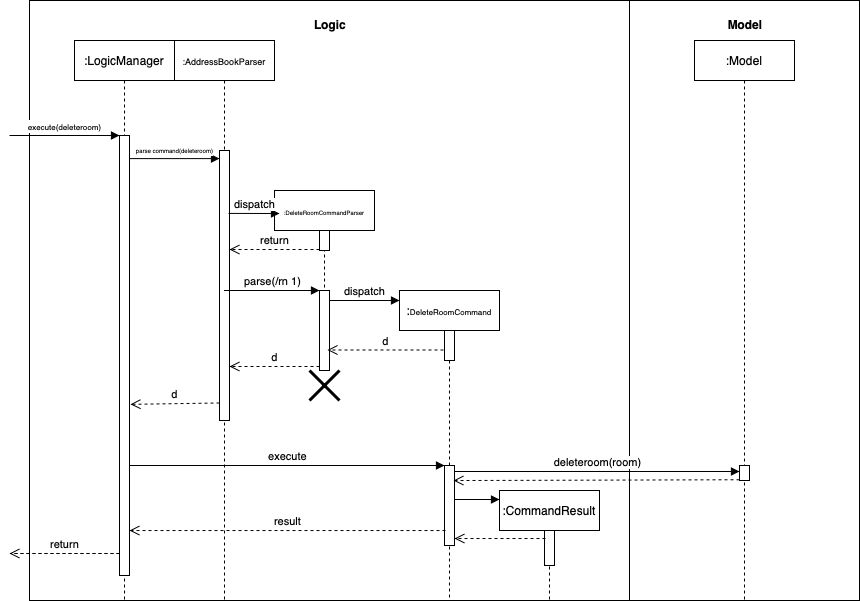
tanphatls987/main keeps this draw.io diagram as docs/images/LogicSequenceDiagram.png. Above is the earlier version. Source tidied: cells renumbered, new cells last; positions are measured from the earlier drawing's top-left corner, leaving out a move shared by most shapes. Source of this version:
```xml
<mxGraphModel>
  <root>
    <mxCell id="0" />
    <mxCell id="1" parent="0" />
    <mxCell id="2" value="&lt;p style=&quot;margin: 0px ; margin-top: 4px ; text-align: center&quot;&gt;&lt;br&gt;&lt;b&gt;Logic&lt;/b&gt;&lt;/p&gt;" style="verticalAlign=top;align=left;overflow=fill;fontSize=12;fontFamily=Helvetica;html=1;" parent="1" vertex="1">
      <mxGeometry x="20" width="600" height="600" as="geometry" />
    </mxCell>
    <mxCell id="3" value="&lt;p style=&quot;margin: 0px ; margin-top: 4px ; text-align: center&quot;&gt;&lt;br&gt;&lt;b&gt;Model&lt;/b&gt;&lt;/p&gt;" style="verticalAlign=top;align=left;overflow=fill;fontSize=12;fontFamily=Helvetica;html=1;" parent="1" vertex="1">
      <mxGeometry x="620" width="230" height="600" as="geometry" />
    </mxCell>
    <mxCell id="4" value="&lt;font style=&quot;font-size: 8px&quot;&gt;execute(deleteroom)&lt;/font&gt;" style="html=1;verticalAlign=bottom;endArrow=block;entryX=0;entryY=0;" parent="1" edge="1" target="32">
      <mxGeometry relative="1" as="geometry">
        <mxPoint y="135" as="sourcePoint" />
      </mxGeometry>
    </mxCell>
    <mxCell id="5" value="return" style="html=1;verticalAlign=bottom;endArrow=open;dashed=1;endSize=8;exitX=0;exitY=0.95;" parent="1" edge="1" source="32">
      <mxGeometry relative="1" as="geometry">
        <mxPoint y="553" as="targetPoint" />
      </mxGeometry>
    </mxCell>
    <mxCell id="6" value="&lt;font style=&quot;font-size: 9px&quot;&gt;:AddressBookParser&lt;/font&gt;" style="shape=umlLifeline;perimeter=lifelinePerimeter;whiteSpace=wrap;html=1;outlineConnect=0;" parent="1" vertex="1">
      <mxGeometry x="165" y="40" width="100" height="560" as="geometry" />
    </mxCell>
    <mxCell id="7" style="html=1;points=[];perimeter=orthogonalPerimeter;" parent="6" vertex="1">
      <mxGeometry x="45" y="110" width="10" height="270" as="geometry" />
    </mxCell>
    <mxCell id="8" value="&lt;font style=&quot;font-size: 6px&quot;&gt;:DeleteRoomCommandParser&lt;/font&gt;" style="shape=umlLifeline;perimeter=lifelinePerimeter;whiteSpace=wrap;html=1;" parent="1" vertex="1">
      <mxGeometry x="265" y="190" width="100" height="180" as="geometry" />
    </mxCell>
    <mxCell id="9" style="html=1;points=[];perimeter=orthogonalPerimeter;" parent="8" vertex="1">
      <mxGeometry x="45" y="40" width="10" height="20" as="geometry" />
    </mxCell>
    <mxCell id="10" style="html=1;points=[];perimeter=orthogonalPerimeter;" parent="8" vertex="1">
      <mxGeometry x="45" y="100" width="10" height="80" as="geometry" />
    </mxCell>
    <mxCell id="11" style="shape=umlDestroy;whiteSpace=wrap;html=1;strokeWidth=3;" parent="8" vertex="1">
      <mxGeometry x="35" y="180" width="30" height="30" as="geometry" />
    </mxCell>
    <mxCell id="12" value=":&lt;font style=&quot;font-size: 8px&quot;&gt;DeleteRoomCommand&lt;/font&gt;" style="shape=umlLifeline;perimeter=lifelinePerimeter;whiteSpace=wrap;html=1;" parent="1" vertex="1">
      <mxGeometry x="390" y="290" width="100" height="310" as="geometry" />
    </mxCell>
    <mxCell id="13" style="html=1;perimeter=orthogonalPerimeter;" parent="12" vertex="1">
      <mxGeometry x="45" y="40" width="10" height="30" as="geometry" />
    </mxCell>
    <mxCell id="14" style="html=1;points=[];perimeter=orthogonalPerimeter;" parent="12" vertex="1">
      <mxGeometry x="45" y="175" width="10" height="80" as="geometry" />
    </mxCell>
    <mxCell id="15" value=":CommandResult" style="shape=umlLifeline;perimeter=lifelinePerimeter;whiteSpace=wrap;html=1;" parent="1" vertex="1">
      <mxGeometry x="490" y="490" width="100" height="110" as="geometry" />
    </mxCell>
    <mxCell id="16" style="html=1;points=[];perimeter=orthogonalPerimeter;" parent="15" vertex="1">
      <mxGeometry x="45" y="40" width="10" height="35" as="geometry" />
    </mxCell>
    <mxCell id="17" value=":Model" style="shape=umlLifeline;perimeter=lifelinePerimeter;whiteSpace=wrap;html=1;" parent="1" vertex="1">
      <mxGeometry x="685" y="40" width="100" height="560" as="geometry" />
    </mxCell>
    <mxCell id="18" style="html=1;points=[];perimeter=orthogonalPerimeter;" parent="17" vertex="1">
      <mxGeometry x="45" y="425" width="10" height="15" as="geometry" />
    </mxCell>
    <mxCell id="19" value="d" style="html=1;verticalAlign=bottom;endArrow=open;dashed=1;endSize=8;exitX=0;exitY=0.95;entryX=1.1;entryY=0.611;entryDx=0;entryDy=0;entryPerimeter=0;" parent="1" edge="1" target="32">
      <mxGeometry relative="1" as="geometry">
        <mxPoint x="210" y="402.5" as="sourcePoint" />
      </mxGeometry>
    </mxCell>
    <mxCell id="20" value="&lt;font style=&quot;font-size: 6px&quot;&gt;parse command(deleteroom)&lt;/font&gt;" style="html=1;verticalAlign=bottom;endArrow=block;entryX=0;entryY=0.03;entryDx=0;entryDy=0;entryPerimeter=0;" parent="1" edge="1" source="32" target="7">
      <mxGeometry relative="1" as="geometry" />
    </mxCell>
    <mxCell id="21" value="dispatch" style="html=1;verticalAlign=bottom;endArrow=block;exitX=0.9;exitY=0.233;exitDx=0;exitDy=0;exitPerimeter=0;" parent="1" edge="1" source="7">
      <mxGeometry relative="1" as="geometry">
        <mxPoint x="270" y="213" as="targetPoint" />
      </mxGeometry>
    </mxCell>
    <mxCell id="22" value="return" style="html=1;verticalAlign=bottom;endArrow=open;dashed=1;endSize=8;exitX=0;exitY=0.95;" parent="1" edge="1" source="9" target="7">
      <mxGeometry relative="1" as="geometry" />
    </mxCell>
    <mxCell id="23" value="parse(/rn 1)" style="html=1;verticalAlign=bottom;endArrow=block;entryX=0;entryY=0;" parent="1" edge="1" source="6" target="10">
      <mxGeometry relative="1" as="geometry" />
    </mxCell>
    <mxCell id="24" value="d" style="html=1;verticalAlign=bottom;endArrow=open;dashed=1;endSize=8;exitX=0;exitY=0.95;" parent="1" edge="1" source="10" target="7">
      <mxGeometry relative="1" as="geometry" />
    </mxCell>
    <mxCell id="25" value="dispatch" style="html=1;verticalAlign=bottom;endArrow=block;" parent="1" edge="1">
      <mxGeometry relative="1" as="geometry">
        <mxPoint x="320" y="300" as="sourcePoint" />
        <mxPoint x="390" y="300" as="targetPoint" />
      </mxGeometry>
    </mxCell>
    <mxCell id="26" value="d" style="html=1;verticalAlign=bottom;endArrow=open;dashed=1;endSize=8;" parent="1" edge="1">
      <mxGeometry relative="1" as="geometry">
        <mxPoint x="434" y="349.5" as="sourcePoint" />
        <mxPoint x="318" y="349.5" as="targetPoint" />
      </mxGeometry>
    </mxCell>
    <mxCell id="27" value="execute" style="html=1;verticalAlign=bottom;endArrow=block;entryX=0;entryY=0;" parent="1" edge="1" source="32" target="14">
      <mxGeometry relative="1" as="geometry" />
    </mxCell>
    <mxCell id="28" value="result" style="html=1;verticalAlign=bottom;endArrow=open;dashed=1;endSize=8;exitX=0.1;exitY=0.813;exitDx=0;exitDy=0;exitPerimeter=0;" parent="1" edge="1" source="14" target="32">
      <mxGeometry relative="1" as="geometry" />
    </mxCell>
    <mxCell id="29" style="html=1;verticalAlign=bottom;endArrow=block;exitX=1;exitY=0.425;exitDx=0;exitDy=0;exitPerimeter=0;" parent="1" edge="1" source="14">
      <mxGeometry relative="1" as="geometry">
        <mxPoint x="490" y="499" as="targetPoint" />
      </mxGeometry>
    </mxCell>
    <mxCell id="30" style="html=1;verticalAlign=bottom;endArrow=open;dashed=1;endSize=8;exitX=0.1;exitY=0.229;exitDx=0;exitDy=0;exitPerimeter=0;" parent="1" edge="1" source="16" target="14">
      <mxGeometry relative="1" as="geometry" />
    </mxCell>
    <mxCell id="31" value=":LogicManager" style="shape=umlLifeline;perimeter=lifelinePerimeter;whiteSpace=wrap;html=1;" parent="1" vertex="1">
      <mxGeometry x="65" y="40" width="100" height="560" as="geometry" />
    </mxCell>
    <mxCell id="32" style="html=1;points=[];perimeter=orthogonalPerimeter;" parent="31" vertex="1">
      <mxGeometry x="45" y="95" width="10" height="440" as="geometry" />
    </mxCell>
    <mxCell id="33" value="deleteroom(room)" style="html=1;verticalAlign=bottom;endArrow=block;entryX=0;entryY=0;exitX=1;exitY=0.075;exitDx=0;exitDy=0;exitPerimeter=0;" parent="1" edge="1" source="14" target="18">
      <mxGeometry relative="1" as="geometry" />
    </mxCell>
    <mxCell id="34" style="html=1;verticalAlign=bottom;endArrow=open;dashed=1;endSize=8;exitX=0;exitY=0.95;entryX=0.9;entryY=0.188;entryDx=0;entryDy=0;entryPerimeter=0;" parent="1" edge="1" source="18" target="14">
      <mxGeometry relative="1" as="geometry" />
    </mxCell>
  </root>
</mxGraphModel>
```
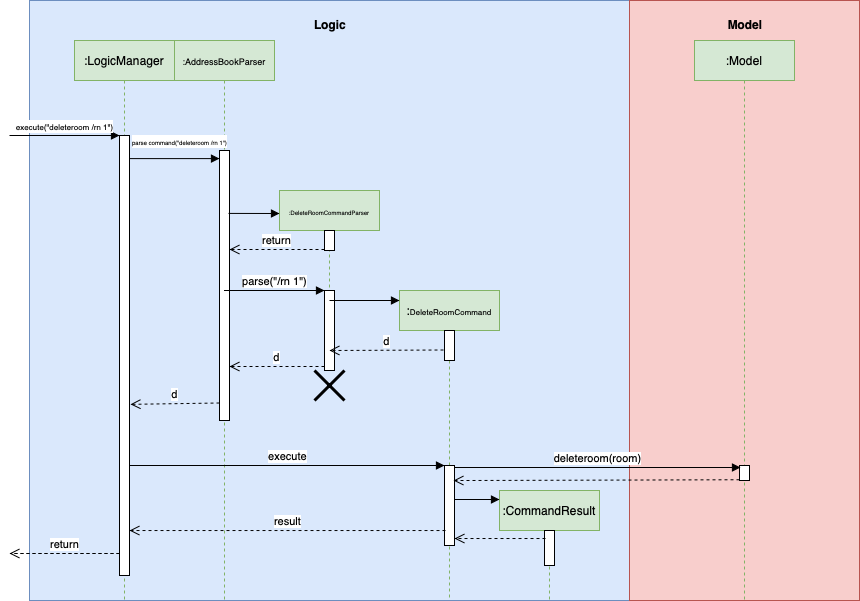
Above is the later version.

What changed in the source:
```diff
@@ -2,13 +2,13 @@
   <root>
     <mxCell id="0" />
     <mxCell id="1" parent="0" />
-    <mxCell id="2" value="&lt;p style=&quot;margin: 0px ; margin-top: 4px ; text-align: center&quot;&gt;&lt;br&gt;&lt;b&gt;Logic&lt;/b&gt;&lt;/p&gt;" style="verticalAlign=top;align=left;overflow=fill;fontSize=12;fontFamily=Helvetica;html=1;" parent="1" vertex="1">
+    <mxCell id="2" value="&lt;p style=&quot;margin: 0px ; margin-top: 4px ; text-align: center&quot;&gt;&lt;br&gt;&lt;b&gt;Logic&lt;/b&gt;&lt;/p&gt;" style="verticalAlign=top;align=left;overflow=fill;fontSize=12;fontFamily=Helvetica;html=1;fillColor=#dae8fc;strokeColor=#6c8ebf;" parent="1" vertex="1">
       <mxGeometry x="20" width="600" height="600" as="geometry" />
     </mxCell>
-    <mxCell id="3" value="&lt;p style=&quot;margin: 0px ; margin-top: 4px ; text-align: center&quot;&gt;&lt;br&gt;&lt;b&gt;Model&lt;/b&gt;&lt;/p&gt;" style="verticalAlign=top;align=left;overflow=fill;fontSize=12;fontFamily=Helvetica;html=1;" parent="1" vertex="1">
+    <mxCell id="3" value="&lt;p style=&quot;margin: 0px ; margin-top: 4px ; text-align: center&quot;&gt;&lt;br&gt;&lt;b&gt;Model&lt;/b&gt;&lt;/p&gt;" style="verticalAlign=top;align=left;overflow=fill;fontSize=12;fontFamily=Helvetica;html=1;fillColor=#f8cecc;strokeColor=#b85450;" parent="1" vertex="1">
       <mxGeometry x="620" width="230" height="600" as="geometry" />
     </mxCell>
-    <mxCell id="4" value="&lt;font style=&quot;font-size: 8px&quot;&gt;execute(deleteroom)&lt;/font&gt;" style="html=1;verticalAlign=bottom;endArrow=block;entryX=0;entryY=0;" parent="1" edge="1" target="32">
+    <mxCell id="4" value="&lt;font style=&quot;font-size: 8px&quot;&gt;execute(&quot;deleteroom /rn 1&quot;)&lt;/font&gt;" style="html=1;verticalAlign=bottom;endArrow=block;entryX=0;entryY=0;" parent="1" edge="1" target="32">
       <mxGeometry relative="1" as="geometry">
         <mxPoint y="135" as="sourcePoint" />
       </mxGeometry>
@@ -18,14 +18,14 @@
         <mxPoint y="553" as="targetPoint" />
       </mxGeometry>
     </mxCell>
-    <mxCell id="6" value="&lt;font style=&quot;font-size: 9px&quot;&gt;:AddressBookParser&lt;/font&gt;" style="shape=umlLifeline;perimeter=lifelinePerimeter;whiteSpace=wrap;html=1;outlineConnect=0;" parent="1" vertex="1">
+    <mxCell id="6" value="&lt;font style=&quot;font-size: 9px&quot;&gt;:AddressBookParser&lt;/font&gt;" style="shape=umlLifeline;perimeter=lifelinePerimeter;whiteSpace=wrap;html=1;outlineConnect=0;fillColor=#d5e8d4;strokeColor=#82b366;" parent="1" vertex="1">
       <mxGeometry x="165" y="40" width="100" height="560" as="geometry" />
     </mxCell>
     <mxCell id="7" style="html=1;points=[];perimeter=orthogonalPerimeter;" parent="6" vertex="1">
       <mxGeometry x="45" y="110" width="10" height="270" as="geometry" />
     </mxCell>
-    <mxCell id="8" value="&lt;font style=&quot;font-size: 6px&quot;&gt;:DeleteRoomCommandParser&lt;/font&gt;" style="shape=umlLifeline;perimeter=lifelinePerimeter;whiteSpace=wrap;html=1;" parent="1" vertex="1">
-      <mxGeometry x="265" y="190" width="100" height="180" as="geometry" />
+    <mxCell id="8" value="&lt;font style=&quot;font-size: 6px&quot;&gt;:DeleteRoomCommandParser&lt;/font&gt;" style="shape=umlLifeline;perimeter=lifelinePerimeter;whiteSpace=wrap;html=1;fillColor=#d5e8d4;strokeColor=#82b366;" parent="1" vertex="1">
+      <mxGeometry x="270" y="190" width="100" height="180" as="geometry" />
     </mxCell>
     <mxCell id="9" style="html=1;points=[];perimeter=orthogonalPerimeter;" parent="8" vertex="1">
       <mxGeometry x="45" y="40" width="10" height="20" as="geometry" />
@@ -36,7 +36,7 @@
     <mxCell id="11" style="shape=umlDestroy;whiteSpace=wrap;html=1;strokeWidth=3;" parent="8" vertex="1">
       <mxGeometry x="35" y="180" width="30" height="30" as="geometry" />
     </mxCell>
-    <mxCell id="12" value=":&lt;font style=&quot;font-size: 8px&quot;&gt;DeleteRoomCommand&lt;/font&gt;" style="shape=umlLifeline;perimeter=lifelinePerimeter;whiteSpace=wrap;html=1;" parent="1" vertex="1">
+    <mxCell id="12" value=":&lt;font style=&quot;font-size: 8px&quot;&gt;DeleteRoomCommand&lt;/font&gt;" style="shape=umlLifeline;perimeter=lifelinePerimeter;whiteSpace=wrap;html=1;fillColor=#d5e8d4;strokeColor=#82b366;" parent="1" vertex="1">
       <mxGeometry x="390" y="290" width="100" height="310" as="geometry" />
     </mxCell>
     <mxCell id="13" style="html=1;perimeter=orthogonalPerimeter;" parent="12" vertex="1">
@@ -45,13 +45,13 @@
     <mxCell id="14" style="html=1;points=[];perimeter=orthogonalPerimeter;" parent="12" vertex="1">
       <mxGeometry x="45" y="175" width="10" height="80" as="geometry" />
     </mxCell>
-    <mxCell id="15" value=":CommandResult" style="shape=umlLifeline;perimeter=lifelinePerimeter;whiteSpace=wrap;html=1;" parent="1" vertex="1">
+    <mxCell id="15" value=":CommandResult" style="shape=umlLifeline;perimeter=lifelinePerimeter;whiteSpace=wrap;html=1;fillColor=#d5e8d4;strokeColor=#82b366;" parent="1" vertex="1">
       <mxGeometry x="490" y="490" width="100" height="110" as="geometry" />
     </mxCell>
     <mxCell id="16" style="html=1;points=[];perimeter=orthogonalPerimeter;" parent="15" vertex="1">
       <mxGeometry x="45" y="40" width="10" height="35" as="geometry" />
     </mxCell>
-    <mxCell id="17" value=":Model" style="shape=umlLifeline;perimeter=lifelinePerimeter;whiteSpace=wrap;html=1;" parent="1" vertex="1">
+    <mxCell id="17" value=":Model" style="shape=umlLifeline;perimeter=lifelinePerimeter;whiteSpace=wrap;html=1;fillColor=#d5e8d4;strokeColor=#82b366;" parent="1" vertex="1">
       <mxGeometry x="685" y="40" width="100" height="560" as="geometry" />
     </mxCell>
     <mxCell id="18" style="html=1;points=[];perimeter=orthogonalPerimeter;" parent="17" vertex="1">
@@ -62,10 +62,10 @@
         <mxPoint x="210" y="402.5" as="sourcePoint" />
       </mxGeometry>
     </mxCell>
-    <mxCell id="20" value="&lt;font style=&quot;font-size: 6px&quot;&gt;parse command(deleteroom)&lt;/font&gt;" style="html=1;verticalAlign=bottom;endArrow=block;entryX=0;entryY=0.03;entryDx=0;entryDy=0;entryPerimeter=0;" parent="1" edge="1" source="32" target="7">
-      <mxGeometry relative="1" as="geometry" />
+    <mxCell id="20" value="&lt;font style=&quot;font-size: 6px&quot;&gt;parse command(&quot;deleteroom /rn 1&quot;)&lt;/font&gt;" style="html=1;verticalAlign=bottom;endArrow=block;entryX=0;entryY=0.03;entryDx=0;entryDy=0;entryPerimeter=0;" parent="1" edge="1" source="32" target="7">
+      <mxGeometry x="0.11" y="8" relative="1" as="geometry" />
     </mxCell>
-    <mxCell id="21" value="dispatch" style="html=1;verticalAlign=bottom;endArrow=block;exitX=0.9;exitY=0.233;exitDx=0;exitDy=0;exitPerimeter=0;" parent="1" edge="1" source="7">
+    <mxCell id="21" style="html=1;verticalAlign=bottom;endArrow=block;exitX=0.9;exitY=0.233;exitDx=0;exitDy=0;exitPerimeter=0;" parent="1" edge="1" source="7">
       <mxGeometry relative="1" as="geometry">
         <mxPoint x="270" y="213" as="targetPoint" />
       </mxGeometry>
@@ -73,13 +73,13 @@
     <mxCell id="22" value="return" style="html=1;verticalAlign=bottom;endArrow=open;dashed=1;endSize=8;exitX=0;exitY=0.95;" parent="1" edge="1" source="9" target="7">
       <mxGeometry relative="1" as="geometry" />
     </mxCell>
-    <mxCell id="23" value="parse(/rn 1)" style="html=1;verticalAlign=bottom;endArrow=block;entryX=0;entryY=0;" parent="1" edge="1" source="6" target="10">
+    <mxCell id="23" value="parse(&quot;/rn 1&quot;)" style="html=1;verticalAlign=bottom;endArrow=block;entryX=0;entryY=0;" parent="1" edge="1" source="6" target="10">
       <mxGeometry relative="1" as="geometry" />
     </mxCell>
     <mxCell id="24" value="d" style="html=1;verticalAlign=bottom;endArrow=open;dashed=1;endSize=8;exitX=0;exitY=0.95;" parent="1" edge="1" source="10" target="7">
       <mxGeometry relative="1" as="geometry" />
     </mxCell>
-    <mxCell id="25" value="dispatch" style="html=1;verticalAlign=bottom;endArrow=block;" parent="1" edge="1">
+    <mxCell id="25" style="html=1;verticalAlign=bottom;endArrow=block;" parent="1" edge="1">
       <mxGeometry relative="1" as="geometry">
         <mxPoint x="320" y="300" as="sourcePoint" />
         <mxPoint x="390" y="300" as="targetPoint" />
@@ -88,7 +88,7 @@
     <mxCell id="26" value="d" style="html=1;verticalAlign=bottom;endArrow=open;dashed=1;endSize=8;" parent="1" edge="1">
       <mxGeometry relative="1" as="geometry">
         <mxPoint x="434" y="349.5" as="sourcePoint" />
-        <mxPoint x="318" y="349.5" as="targetPoint" />
+        <mxPoint x="320" y="350" as="targetPoint" />
       </mxGeometry>
     </mxCell>
     <mxCell id="27" value="execute" style="html=1;verticalAlign=bottom;endArrow=block;entryX=0;entryY=0;" parent="1" edge="1" source="32" target="14">
@@ -105,14 +105,17 @@
     <mxCell id="30" style="html=1;verticalAlign=bottom;endArrow=open;dashed=1;endSize=8;exitX=0.1;exitY=0.229;exitDx=0;exitDy=0;exitPerimeter=0;" parent="1" edge="1" source="16" target="14">
       <mxGeometry relative="1" as="geometry" />
     </mxCell>
-    <mxCell id="31" value=":LogicManager" style="shape=umlLifeline;perimeter=lifelinePerimeter;whiteSpace=wrap;html=1;" parent="1" vertex="1">
+    <mxCell id="31" value=":LogicManager" style="shape=umlLifeline;perimeter=lifelinePerimeter;whiteSpace=wrap;html=1;fillColor=#d5e8d4;strokeColor=#82b366;" parent="1" vertex="1">
       <mxGeometry x="65" y="40" width="100" height="560" as="geometry" />
     </mxCell>
     <mxCell id="32" style="html=1;points=[];perimeter=orthogonalPerimeter;" parent="31" vertex="1">
       <mxGeometry x="45" y="95" width="10" height="440" as="geometry" />
     </mxCell>
-    <mxCell id="33" value="deleteroom(room)" style="html=1;verticalAlign=bottom;endArrow=block;entryX=0;entryY=0;exitX=1;exitY=0.075;exitDx=0;exitDy=0;exitPerimeter=0;" parent="1" edge="1" source="14" target="18">
-      <mxGeometry relative="1" as="geometry" />
+    <mxCell id="33" value="deleteroom(room)" style="html=1;verticalAlign=bottom;endArrow=block;" parent="1" edge="1">
+      <mxGeometry relative="1" as="geometry">
+        <mxPoint x="445" y="467" as="sourcePoint" />
+        <mxPoint x="731" y="467" as="targetPoint" />
+      </mxGeometry>
     </mxCell>
     <mxCell id="34" style="html=1;verticalAlign=bottom;endArrow=open;dashed=1;endSize=8;exitX=0;exitY=0.95;entryX=0.9;entryY=0.188;entryDx=0;entryDy=0;entryPerimeter=0;" parent="1" edge="1" source="18" target="14">
       <mxGeometry relative="1" as="geometry" />
```
